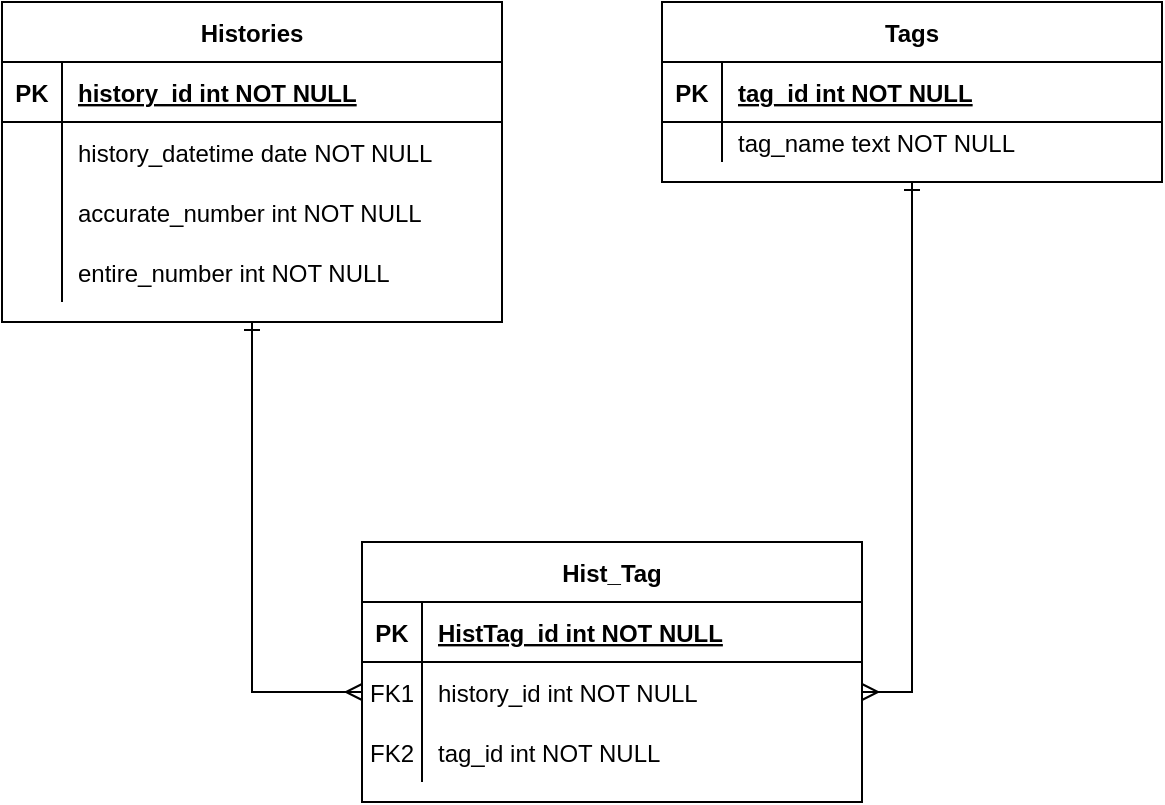
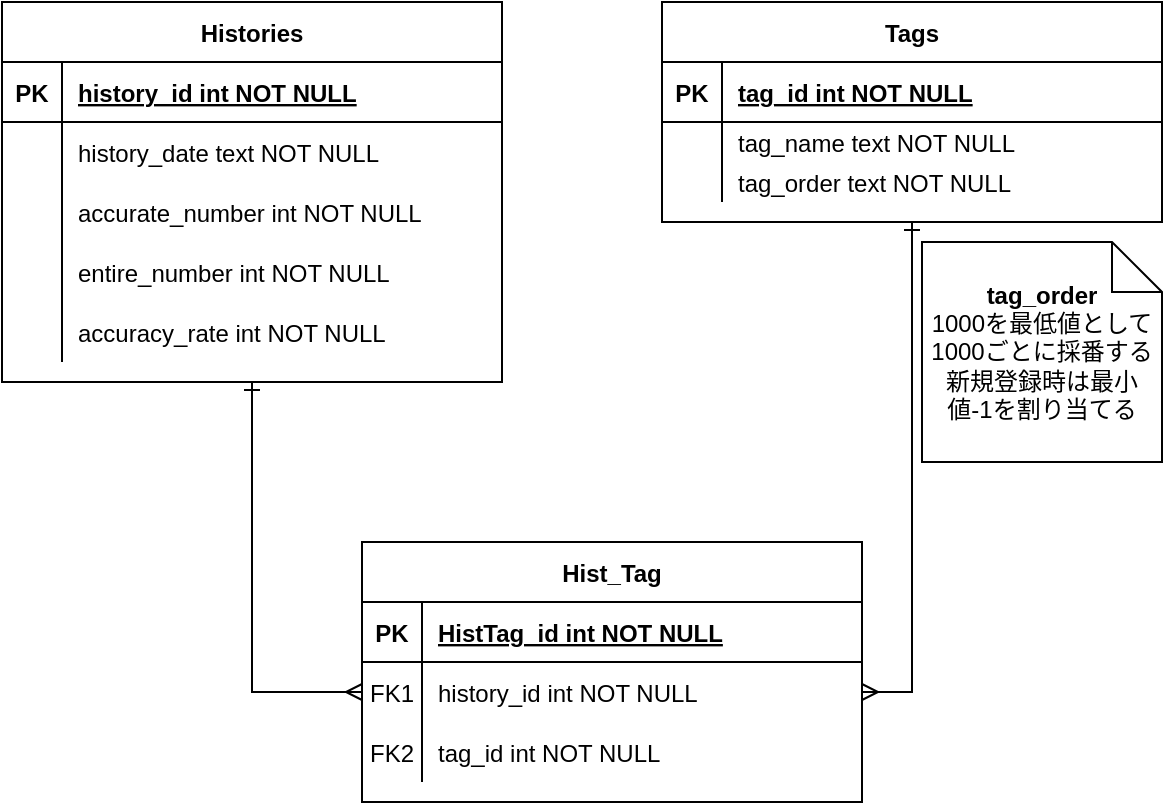
- <mxfile host="app.diagrams.net" modified="2024-07-14T06:13:20.105Z" agent="Mozilla/5.0 (Windows NT 10.0; Win64; x64) AppleWebKit/537.36 (KHTML, like Gecko) Chrome/126.0.0.0 Safari/537.36" etag="tMSBq_aUHVVFnrpBrTI4" version="24.6.5" type="device">
+ <mxfile host="app.diagrams.net" modified="2024-07-19T08:24:12.052Z" agent="Mozilla/5.0 (Windows NT 10.0; Win64; x64) AppleWebKit/537.36 (KHTML, like Gecko) Chrome/126.0.0.0 Safari/537.36" etag="OMaQ56DpiStpBltqUxtA" version="24.6.5" type="device">
  <diagram id="R2lEEEUBdFMjLlhIrx00" name="Page-1">
-     <mxGraphModel dx="1434" dy="772" grid="1" gridSize="10" guides="1" tooltips="1" connect="1" arrows="1" fold="1" page="1" pageScale="1" pageWidth="850" pageHeight="1100" math="0" shadow="0" extFonts="Permanent Marker^https://fonts.googleapis.com/css?family=Permanent+Marker">
+     <mxGraphModel dx="1434" dy="772" grid="1" gridSize="10" guides="1" tooltips="1" connect="1" arrows="1" fold="1" page="1" pageScale="1" pageWidth="850" pageHeight="1100" background="#FFFFFF" math="0" shadow="0" extFonts="Permanent Marker^https://fonts.googleapis.com/css?family=Permanent+Marker">
      <root>
        <mxCell id="0" />
        <mxCell id="1" parent="0" />
        <mxCell id="C-vyLk0tnHw3VtMMgP7b-2" value="Tags" style="shape=table;startSize=30;container=1;collapsible=1;childLayout=tableLayout;fixedRows=1;rowLines=0;fontStyle=1;align=center;resizeLast=1;" parent="1" vertex="1">
-           <mxGeometry x="450" y="120" width="250" height="90" as="geometry" />
+           <mxGeometry x="330" width="250" height="110" as="geometry" />
        </mxCell>
        <mxCell id="C-vyLk0tnHw3VtMMgP7b-3" value="" style="shape=partialRectangle;collapsible=0;dropTarget=0;pointerEvents=0;fillColor=none;points=[[0,0.5],[1,0.5]];portConstraint=eastwest;top=0;left=0;right=0;bottom=1;" parent="C-vyLk0tnHw3VtMMgP7b-2" vertex="1">
          <mxGeometry y="30" width="250" height="30" as="geometry" />
        </mxCell>
        <mxCell id="C-vyLk0tnHw3VtMMgP7b-4" value="PK" style="shape=partialRectangle;overflow=hidden;connectable=0;fillColor=none;top=0;left=0;bottom=0;right=0;fontStyle=1;" parent="C-vyLk0tnHw3VtMMgP7b-3" vertex="1">
          <mxGeometry width="30" height="30" as="geometry">
            <mxRectangle width="30" height="30" as="alternateBounds" />
          </mxGeometry>
        </mxCell>
        <mxCell id="C-vyLk0tnHw3VtMMgP7b-5" value="tag_id int NOT NULL " style="shape=partialRectangle;overflow=hidden;connectable=0;fillColor=none;top=0;left=0;bottom=0;right=0;align=left;spacingLeft=6;fontStyle=5;" parent="C-vyLk0tnHw3VtMMgP7b-3" vertex="1">
          <mxGeometry x="30" width="220" height="30" as="geometry">
            <mxRectangle width="220" height="30" as="alternateBounds" />
          </mxGeometry>
        </mxCell>
        <mxCell id="C-vyLk0tnHw3VtMMgP7b-6" value="" style="shape=partialRectangle;collapsible=0;dropTarget=0;pointerEvents=0;fillColor=none;points=[[0,0.5],[1,0.5]];portConstraint=eastwest;top=0;left=0;right=0;bottom=0;" parent="C-vyLk0tnHw3VtMMgP7b-2" vertex="1">
          <mxGeometry y="60" width="250" height="20" as="geometry" />
        </mxCell>
        <mxCell id="C-vyLk0tnHw3VtMMgP7b-7" value="" style="shape=partialRectangle;overflow=hidden;connectable=0;fillColor=none;top=0;left=0;bottom=0;right=0;" parent="C-vyLk0tnHw3VtMMgP7b-6" vertex="1">
          <mxGeometry width="30" height="20" as="geometry">
            <mxRectangle width="30" height="20" as="alternateBounds" />
          </mxGeometry>
        </mxCell>
        <mxCell id="C-vyLk0tnHw3VtMMgP7b-8" value="tag_name text NOT NULL" style="shape=partialRectangle;overflow=hidden;connectable=0;fillColor=none;top=0;left=0;bottom=0;right=0;align=left;spacingLeft=6;" parent="C-vyLk0tnHw3VtMMgP7b-6" vertex="1">
          <mxGeometry x="30" width="220" height="20" as="geometry">
            <mxRectangle width="220" height="20" as="alternateBounds" />
          </mxGeometry>
        </mxCell>
+         <mxCell id="uX9CyFeno2kXJm7CUo4n-1" value="" style="shape=partialRectangle;collapsible=0;dropTarget=0;pointerEvents=0;fillColor=none;points=[[0,0.5],[1,0.5]];portConstraint=eastwest;top=0;left=0;right=0;bottom=0;" vertex="1" parent="C-vyLk0tnHw3VtMMgP7b-2">
+           <mxGeometry y="80" width="250" height="20" as="geometry" />
+         </mxCell>
+         <mxCell id="uX9CyFeno2kXJm7CUo4n-2" value="" style="shape=partialRectangle;overflow=hidden;connectable=0;fillColor=none;top=0;left=0;bottom=0;right=0;" vertex="1" parent="uX9CyFeno2kXJm7CUo4n-1">
+           <mxGeometry width="30" height="20" as="geometry">
+             <mxRectangle width="30" height="20" as="alternateBounds" />
+           </mxGeometry>
+         </mxCell>
+         <mxCell id="uX9CyFeno2kXJm7CUo4n-3" value="tag_order text NOT NULL" style="shape=partialRectangle;overflow=hidden;connectable=0;fillColor=none;top=0;left=0;bottom=0;right=0;align=left;spacingLeft=6;" vertex="1" parent="uX9CyFeno2kXJm7CUo4n-1">
+           <mxGeometry x="30" width="220" height="20" as="geometry">
+             <mxRectangle width="220" height="20" as="alternateBounds" />
+           </mxGeometry>
+         </mxCell>
        <mxCell id="C-vyLk0tnHw3VtMMgP7b-13" value="Hist_Tag" style="shape=table;startSize=30;container=1;collapsible=1;childLayout=tableLayout;fixedRows=1;rowLines=0;fontStyle=1;align=center;resizeLast=1;" parent="1" vertex="1">
-           <mxGeometry x="300" y="390" width="250" height="130" as="geometry" />
+           <mxGeometry x="180" y="270" width="250" height="130" as="geometry" />
        </mxCell>
        <mxCell id="C-vyLk0tnHw3VtMMgP7b-14" value="" style="shape=partialRectangle;collapsible=0;dropTarget=0;pointerEvents=0;fillColor=none;points=[[0,0.5],[1,0.5]];portConstraint=eastwest;top=0;left=0;right=0;bottom=1;" parent="C-vyLk0tnHw3VtMMgP7b-13" vertex="1">
          <mxGeometry y="30" width="250" height="30" as="geometry" />
        </mxCell>
        <mxCell id="C-vyLk0tnHw3VtMMgP7b-15" value="PK" style="shape=partialRectangle;overflow=hidden;connectable=0;fillColor=none;top=0;left=0;bottom=0;right=0;fontStyle=1;" parent="C-vyLk0tnHw3VtMMgP7b-14" vertex="1">
          <mxGeometry width="30" height="30" as="geometry">
            <mxRectangle width="30" height="30" as="alternateBounds" />
          </mxGeometry>
        </mxCell>
        <mxCell id="C-vyLk0tnHw3VtMMgP7b-16" value="HistTag_id int NOT NULL " style="shape=partialRectangle;overflow=hidden;connectable=0;fillColor=none;top=0;left=0;bottom=0;right=0;align=left;spacingLeft=6;fontStyle=5;" parent="C-vyLk0tnHw3VtMMgP7b-14" vertex="1">
          <mxGeometry x="30" width="220" height="30" as="geometry">
            <mxRectangle width="220" height="30" as="alternateBounds" />
          </mxGeometry>
        </mxCell>
        <mxCell id="C-vyLk0tnHw3VtMMgP7b-17" value="" style="shape=partialRectangle;collapsible=0;dropTarget=0;pointerEvents=0;fillColor=none;points=[[0,0.5],[1,0.5]];portConstraint=eastwest;top=0;left=0;right=0;bottom=0;" parent="C-vyLk0tnHw3VtMMgP7b-13" vertex="1">
          <mxGeometry y="60" width="250" height="30" as="geometry" />
        </mxCell>
        <mxCell id="C-vyLk0tnHw3VtMMgP7b-18" value="FK1" style="shape=partialRectangle;overflow=hidden;connectable=0;fillColor=none;top=0;left=0;bottom=0;right=0;" parent="C-vyLk0tnHw3VtMMgP7b-17" vertex="1">
          <mxGeometry width="30" height="30" as="geometry">
            <mxRectangle width="30" height="30" as="alternateBounds" />
          </mxGeometry>
        </mxCell>
        <mxCell id="C-vyLk0tnHw3VtMMgP7b-19" value="history_id int NOT NULL" style="shape=partialRectangle;overflow=hidden;connectable=0;fillColor=none;top=0;left=0;bottom=0;right=0;align=left;spacingLeft=6;" parent="C-vyLk0tnHw3VtMMgP7b-17" vertex="1">
          <mxGeometry x="30" width="220" height="30" as="geometry">
            <mxRectangle width="220" height="30" as="alternateBounds" />
          </mxGeometry>
        </mxCell>
        <mxCell id="C-vyLk0tnHw3VtMMgP7b-20" value="" style="shape=partialRectangle;collapsible=0;dropTarget=0;pointerEvents=0;fillColor=none;points=[[0,0.5],[1,0.5]];portConstraint=eastwest;top=0;left=0;right=0;bottom=0;" parent="C-vyLk0tnHw3VtMMgP7b-13" vertex="1">
          <mxGeometry y="90" width="250" height="30" as="geometry" />
        </mxCell>
        <mxCell id="C-vyLk0tnHw3VtMMgP7b-21" value="FK2" style="shape=partialRectangle;overflow=hidden;connectable=0;fillColor=none;top=0;left=0;bottom=0;right=0;" parent="C-vyLk0tnHw3VtMMgP7b-20" vertex="1">
          <mxGeometry width="30" height="30" as="geometry">
            <mxRectangle width="30" height="30" as="alternateBounds" />
          </mxGeometry>
        </mxCell>
        <mxCell id="C-vyLk0tnHw3VtMMgP7b-22" value="tag_id int NOT NULL" style="shape=partialRectangle;overflow=hidden;connectable=0;fillColor=none;top=0;left=0;bottom=0;right=0;align=left;spacingLeft=6;" parent="C-vyLk0tnHw3VtMMgP7b-20" vertex="1">
          <mxGeometry x="30" width="220" height="30" as="geometry">
            <mxRectangle width="220" height="30" as="alternateBounds" />
          </mxGeometry>
        </mxCell>
        <mxCell id="vyyHN-wlgOPrNykon7IR-17" style="edgeStyle=orthogonalEdgeStyle;rounded=0;orthogonalLoop=1;jettySize=auto;html=1;entryX=0;entryY=0.5;entryDx=0;entryDy=0;strokeWidth=1;startArrow=ERone;startFill=0;endArrow=ERmany;endFill=0;" parent="1" source="C-vyLk0tnHw3VtMMgP7b-23" target="C-vyLk0tnHw3VtMMgP7b-17" edge="1">
          <mxGeometry relative="1" as="geometry" />
        </mxCell>
        <mxCell id="C-vyLk0tnHw3VtMMgP7b-23" value="Histories" style="shape=table;startSize=30;container=1;collapsible=1;childLayout=tableLayout;fixedRows=1;rowLines=0;fontStyle=1;align=center;resizeLast=1;" parent="1" vertex="1">
-           <mxGeometry x="120" y="120" width="250" height="160" as="geometry" />
+           <mxGeometry width="250" height="190" as="geometry" />
        </mxCell>
        <mxCell id="C-vyLk0tnHw3VtMMgP7b-24" value="" style="shape=partialRectangle;collapsible=0;dropTarget=0;pointerEvents=0;fillColor=none;points=[[0,0.5],[1,0.5]];portConstraint=eastwest;top=0;left=0;right=0;bottom=1;" parent="C-vyLk0tnHw3VtMMgP7b-23" vertex="1">
          <mxGeometry y="30" width="250" height="30" as="geometry" />
        </mxCell>
        <mxCell id="C-vyLk0tnHw3VtMMgP7b-25" value="PK" style="shape=partialRectangle;overflow=hidden;connectable=0;fillColor=none;top=0;left=0;bottom=0;right=0;fontStyle=1;" parent="C-vyLk0tnHw3VtMMgP7b-24" vertex="1">
          <mxGeometry width="30" height="30" as="geometry">
            <mxRectangle width="30" height="30" as="alternateBounds" />
          </mxGeometry>
        </mxCell>
        <mxCell id="C-vyLk0tnHw3VtMMgP7b-26" value="history_id int NOT NULL " style="shape=partialRectangle;overflow=hidden;connectable=0;fillColor=none;top=0;left=0;bottom=0;right=0;align=left;spacingLeft=6;fontStyle=5;" parent="C-vyLk0tnHw3VtMMgP7b-24" vertex="1">
          <mxGeometry x="30" width="220" height="30" as="geometry">
            <mxRectangle width="220" height="30" as="alternateBounds" />
          </mxGeometry>
        </mxCell>
        <mxCell id="C-vyLk0tnHw3VtMMgP7b-27" value="" style="shape=partialRectangle;collapsible=0;dropTarget=0;pointerEvents=0;fillColor=none;points=[[0,0.5],[1,0.5]];portConstraint=eastwest;top=0;left=0;right=0;bottom=0;" parent="C-vyLk0tnHw3VtMMgP7b-23" vertex="1">
          <mxGeometry y="60" width="250" height="30" as="geometry" />
        </mxCell>
        <mxCell id="C-vyLk0tnHw3VtMMgP7b-28" value="" style="shape=partialRectangle;overflow=hidden;connectable=0;fillColor=none;top=0;left=0;bottom=0;right=0;" parent="C-vyLk0tnHw3VtMMgP7b-27" vertex="1">
          <mxGeometry width="30" height="30" as="geometry">
            <mxRectangle width="30" height="30" as="alternateBounds" />
          </mxGeometry>
        </mxCell>
-         <mxCell id="C-vyLk0tnHw3VtMMgP7b-29" value="history_datetime date NOT NULL" style="shape=partialRectangle;overflow=hidden;connectable=0;fillColor=none;top=0;left=0;bottom=0;right=0;align=left;spacingLeft=6;" parent="C-vyLk0tnHw3VtMMgP7b-27" vertex="1">
+         <mxCell id="C-vyLk0tnHw3VtMMgP7b-29" value="history_date text NOT NULL" style="shape=partialRectangle;overflow=hidden;connectable=0;fillColor=none;top=0;left=0;bottom=0;right=0;align=left;spacingLeft=6;" parent="C-vyLk0tnHw3VtMMgP7b-27" vertex="1">
          <mxGeometry x="30" width="220" height="30" as="geometry">
            <mxRectangle width="220" height="30" as="alternateBounds" />
          </mxGeometry>
        </mxCell>
        <mxCell id="vyyHN-wlgOPrNykon7IR-9" value="" style="shape=partialRectangle;collapsible=0;dropTarget=0;pointerEvents=0;fillColor=none;points=[[0,0.5],[1,0.5]];portConstraint=eastwest;top=0;left=0;right=0;bottom=0;" parent="C-vyLk0tnHw3VtMMgP7b-23" vertex="1">
          <mxGeometry y="90" width="250" height="30" as="geometry" />
        </mxCell>
        <mxCell id="vyyHN-wlgOPrNykon7IR-10" value="" style="shape=partialRectangle;overflow=hidden;connectable=0;fillColor=none;top=0;left=0;bottom=0;right=0;" parent="vyyHN-wlgOPrNykon7IR-9" vertex="1">
          <mxGeometry width="30" height="30" as="geometry">
            <mxRectangle width="30" height="30" as="alternateBounds" />
          </mxGeometry>
        </mxCell>
        <mxCell id="vyyHN-wlgOPrNykon7IR-11" value="accurate_number int NOT NULL" style="shape=partialRectangle;overflow=hidden;connectable=0;fillColor=none;top=0;left=0;bottom=0;right=0;align=left;spacingLeft=6;" parent="vyyHN-wlgOPrNykon7IR-9" vertex="1">
          <mxGeometry x="30" width="220" height="30" as="geometry">
            <mxRectangle width="220" height="30" as="alternateBounds" />
          </mxGeometry>
        </mxCell>
        <mxCell id="vyyHN-wlgOPrNykon7IR-12" value="" style="shape=partialRectangle;collapsible=0;dropTarget=0;pointerEvents=0;fillColor=none;points=[[0,0.5],[1,0.5]];portConstraint=eastwest;top=0;left=0;right=0;bottom=0;" parent="C-vyLk0tnHw3VtMMgP7b-23" vertex="1">
          <mxGeometry y="120" width="250" height="30" as="geometry" />
        </mxCell>
        <mxCell id="vyyHN-wlgOPrNykon7IR-13" value="" style="shape=partialRectangle;overflow=hidden;connectable=0;fillColor=none;top=0;left=0;bottom=0;right=0;" parent="vyyHN-wlgOPrNykon7IR-12" vertex="1">
          <mxGeometry width="30" height="30" as="geometry">
            <mxRectangle width="30" height="30" as="alternateBounds" />
          </mxGeometry>
        </mxCell>
        <mxCell id="vyyHN-wlgOPrNykon7IR-14" value="entire_number int NOT NULL" style="shape=partialRectangle;overflow=hidden;connectable=0;fillColor=none;top=0;left=0;bottom=0;right=0;align=left;spacingLeft=6;" parent="vyyHN-wlgOPrNykon7IR-12" vertex="1">
          <mxGeometry x="30" width="220" height="30" as="geometry">
            <mxRectangle width="220" height="30" as="alternateBounds" />
          </mxGeometry>
        </mxCell>
+         <mxCell id="uX9CyFeno2kXJm7CUo4n-5" value="" style="shape=partialRectangle;collapsible=0;dropTarget=0;pointerEvents=0;fillColor=none;points=[[0,0.5],[1,0.5]];portConstraint=eastwest;top=0;left=0;right=0;bottom=0;" vertex="1" parent="C-vyLk0tnHw3VtMMgP7b-23">
+           <mxGeometry y="150" width="250" height="30" as="geometry" />
+         </mxCell>
+         <mxCell id="uX9CyFeno2kXJm7CUo4n-6" value="" style="shape=partialRectangle;overflow=hidden;connectable=0;fillColor=none;top=0;left=0;bottom=0;right=0;" vertex="1" parent="uX9CyFeno2kXJm7CUo4n-5">
+           <mxGeometry width="30" height="30" as="geometry">
+             <mxRectangle width="30" height="30" as="alternateBounds" />
+           </mxGeometry>
+         </mxCell>
+         <mxCell id="uX9CyFeno2kXJm7CUo4n-7" value="accuracy_rate int NOT NULL" style="shape=partialRectangle;overflow=hidden;connectable=0;fillColor=none;top=0;left=0;bottom=0;right=0;align=left;spacingLeft=6;" vertex="1" parent="uX9CyFeno2kXJm7CUo4n-5">
+           <mxGeometry x="30" width="220" height="30" as="geometry">
+             <mxRectangle width="220" height="30" as="alternateBounds" />
+           </mxGeometry>
+         </mxCell>
        <mxCell id="vyyHN-wlgOPrNykon7IR-18" style="edgeStyle=orthogonalEdgeStyle;rounded=0;orthogonalLoop=1;jettySize=auto;html=1;entryX=0.5;entryY=1;entryDx=0;entryDy=0;endArrow=ERone;endFill=0;startArrow=ERmany;startFill=0;" parent="1" source="C-vyLk0tnHw3VtMMgP7b-17" target="C-vyLk0tnHw3VtMMgP7b-2" edge="1">
          <mxGeometry relative="1" as="geometry" />
+         </mxCell>
+         <mxCell id="uX9CyFeno2kXJm7CUo4n-4" value="&lt;b&gt;tag_order&lt;/b&gt;&lt;div&gt;1000を最低値として1000ごとに採番する&lt;/div&gt;&lt;div&gt;新規登録時は最小値-1を割り当てる&lt;/div&gt;" style="shape=note2;boundedLbl=1;whiteSpace=wrap;html=1;size=25;verticalAlign=middle;align=center;labelPosition=center;verticalLabelPosition=middle;" vertex="1" parent="1">
+           <mxGeometry x="460" y="120" width="120" height="110" as="geometry" />
        </mxCell>
      </root>
    </mxGraphModel>
  </diagram>
</mxfile>
